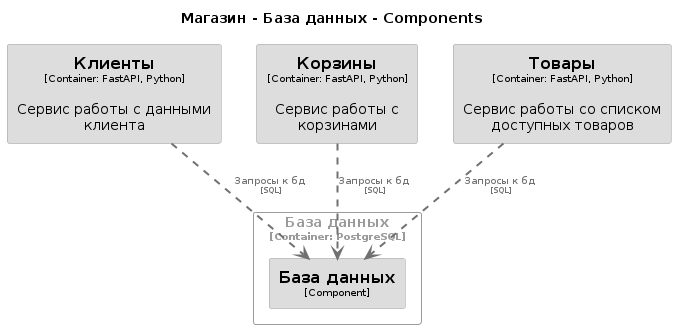
The PlantUML diagram lab1/export/Database_component_diagram.png in Megict/architecture_tasks, before a commit.
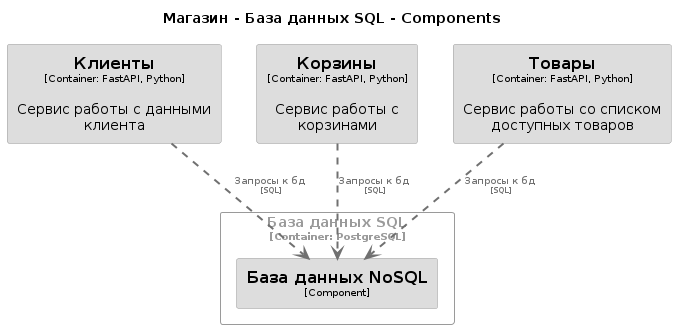
After the commit.

Diff of the diagram source:
```diff
@@ -1,6 +1,6 @@
 @startuml
 set separator none
-title Магазин - База данных - Components
+title Магазин - База данных SQL - Components
 
 top to bottom direction
 
@@ -13,7 +13,7 @@
 
 hide stereotype
 
-skinparam rectangle<<Магазин.Базаданных.Базаданных>> {
+skinparam rectangle<<Магазин.БазаданныхSQL.БазаданныхNoSQL>> {
   BackgroundColor #dddddd
   FontColor #000000
   BorderColor #9a9a9a
@@ -37,7 +37,7 @@
   BorderColor #9a9a9a
   shadowing false
 }
-skinparam rectangle<<Магазин.Базаданных>> {
+skinparam rectangle<<Магазин.БазаданныхSQL>> {
   BorderColor #9a9a9a
   FontColor #9a9a9a
   shadowing false
@@ -47,11 +47,11 @@
 rectangle "==Корзины\n<size:10>[Container: FastAPI, Python]</size>\n\nСервис работы с корзинами" <<Магазин.Корзины>> as Магазин.Корзины
 rectangle "==Товары\n<size:10>[Container: FastAPI, Python]</size>\n\nСервис работы со списком доступных товаров" <<Магазин.Товары>> as Магазин.Товары
 
-rectangle "База данных\n<size:10>[Container: PostgreSQL]</size>" <<Магазин.Базаданных>> {
-  rectangle "==База данных\n<size:10>[Component]</size>" <<Магазин.Базаданных.Базаданных>> as Магазин.Базаданных.Базаданных
+rectangle "База данных SQL\n<size:10>[Container: PostgreSQL]</size>" <<Магазин.БазаданныхSQL>> {
+  rectangle "==База данных NoSQL\n<size:10>[Component]</size>" <<Магазин.БазаданныхSQL.БазаданныхNoSQL>> as Магазин.БазаданныхSQL.БазаданныхNoSQL
 }
 
-Магазин.Клиенты .[#707070,thickness=2].> Магазин.Базаданных.Базаданных : "<color:#707070>Запросы к бд\n<color:#707070><size:8>[SQL]</size>"
-Магазин.Корзины .[#707070,thickness=2].> Магазин.Базаданных.Базаданных : "<color:#707070>Запросы к бд\n<color:#707070><size:8>[SQL]</size>"
-Магазин.Товары .[#707070,thickness=2].> Магазин.Базаданных.Базаданных : "<color:#707070>Запросы к бд\n<color:#707070><size:8>[SQL]</size>"
+Магазин.Клиенты .[#707070,thickness=2].> Магазин.БазаданныхSQL.БазаданныхNoSQL : "<color:#707070>Запросы к бд\n<color:#707070><size:8>[SQL]</size>"
+Магазин.Корзины .[#707070,thickness=2].> Магазин.БазаданныхSQL.БазаданныхNoSQL : "<color:#707070>Запросы к бд\n<color:#707070><size:8>[SQL]</size>"
+Магазин.Товары .[#707070,thickness=2].> Магазин.БазаданныхSQL.БазаданныхNoSQL : "<color:#707070>Запросы к бд\n<color:#707070><size:8>[SQL]</size>"
 @enduml
```
